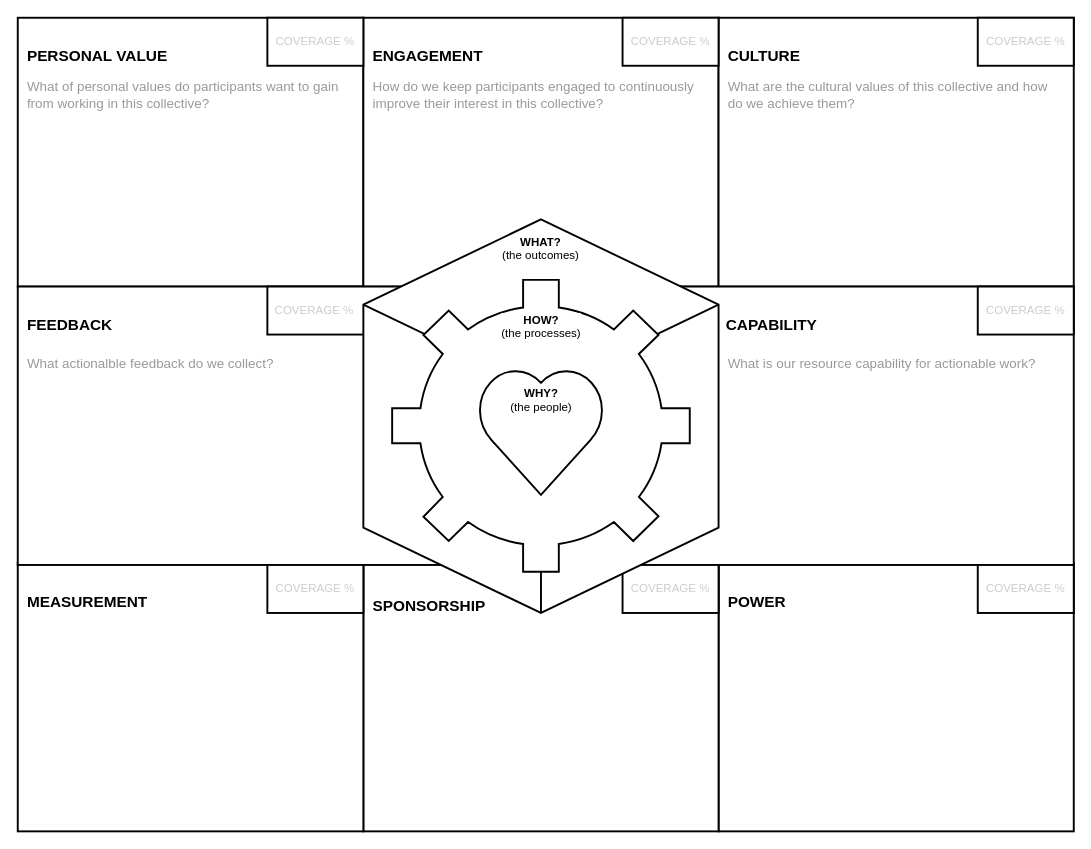
This is collective-action-canvas.drawio from rquast/collective-action-canvas, a draw.io file, before an edit. Source tidied: cells renumbered, new cells numbered last; positions are measured from the earlier drawing's top-left corner, leaving out a move shared by most shapes. Both pictures are drawn from the tidied source at 96%, with x=0, y=0 at pixel (17, 17).
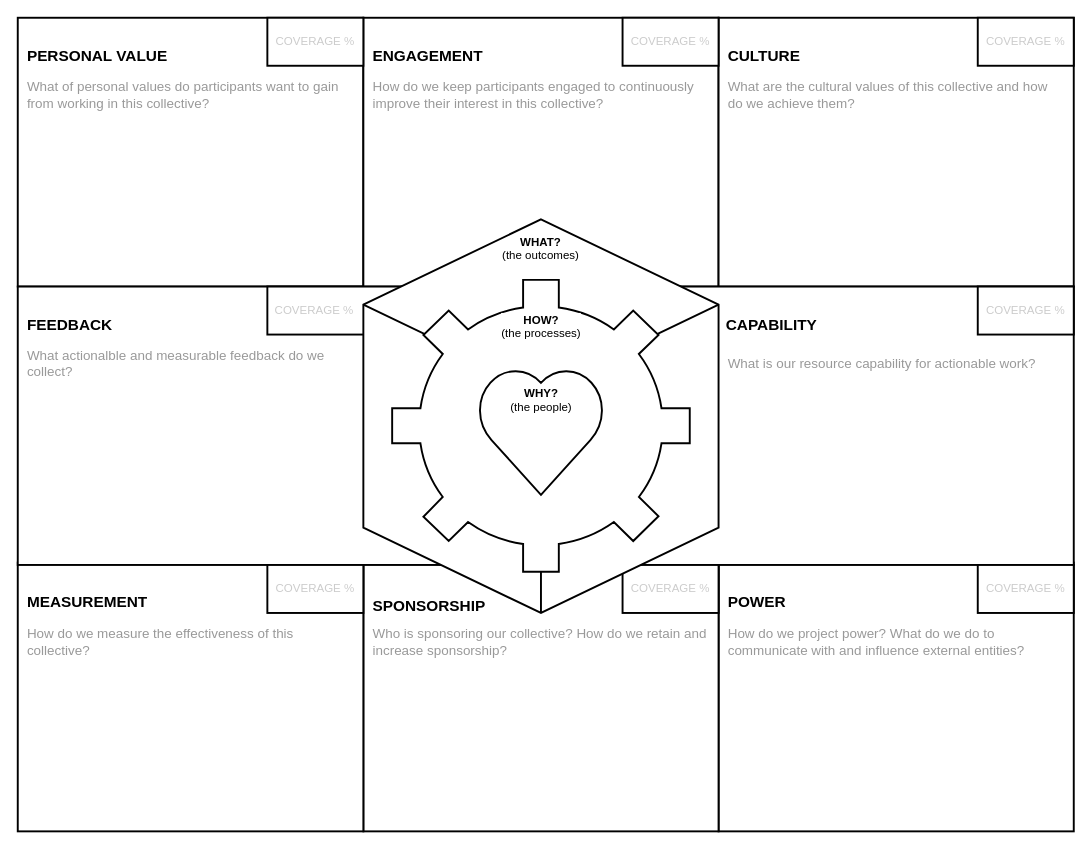
After the change.

Commit message:
finished adding descriptions

Diff of the diagram source:
```diff
@@
-    <mxCell id="24" value="What actionalble feedback do we collect?" style="text;html=1;strokeColor=none;fillColor=none;align=left;verticalAlign=middle;whiteSpace=wrap;rounded=0;fontSize=14;fontColor=#999999;spacingLeft=8;" parent="1" vertex="1">
+    <mxCell id="24" value="What actionalble and measurable feedback do we collect?" style="text;html=1;strokeColor=none;fillColor=none;align=left;verticalAlign=middle;whiteSpace=wrap;rounded=0;fontSize=14;fontColor=#999999;spacingLeft=8;" parent="1" vertex="1">
       <mxGeometry y="340" width="340" height="40" as="geometry" />
     </mxCell>
@@
+    <mxCell id="26" value="How do we measure the effectiveness of this collective?" style="text;html=1;strokeColor=none;fillColor=none;align=left;verticalAlign=middle;whiteSpace=wrap;rounded=0;fontSize=14;fontColor=#999999;spacingLeft=8;" parent="1" vertex="1">
+      <mxGeometry y="630" width="340" height="40" as="geometry" />
+    </mxCell>
+    <mxCell id="27" value="Who is sponsoring our collective? How do we retain and increase sponsorship?" style="text;html=1;strokeColor=none;fillColor=none;align=left;verticalAlign=middle;whiteSpace=wrap;rounded=0;fontSize=14;fontColor=#999999;spacingLeft=8;" parent="1" vertex="1">
+      <mxGeometry x="360" y="630" width="370" height="40" as="geometry" />
+    </mxCell>
+    <mxCell id="28" value="How do we project power? What do we do to communicate with and influence external entities?" style="text;html=1;strokeColor=none;fillColor=none;align=left;verticalAlign=middle;whiteSpace=wrap;rounded=0;fontSize=14;fontColor=#999999;spacingLeft=8;" parent="1" vertex="1">
+      <mxGeometry x="730" y="630" width="370" height="40" as="geometry" />
+    </mxCell>
```
